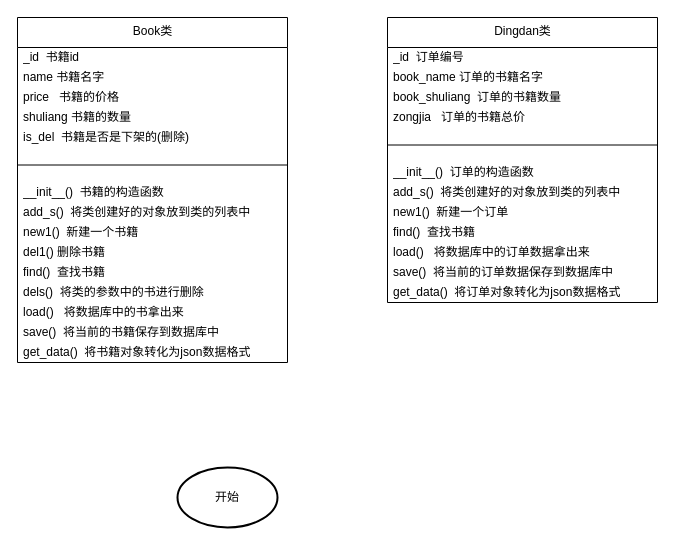
Before: 模型类图.drawio in pscly/mxdx, a draw.io diagram. Source tidied: cells renumbered, new cells numbered last; positions are measured from the earlier drawing's top-left corner, leaving out a move shared by most shapes. Both pictures are drawn from the tidied source at 100%, with x=0, y=0 at pixel (17, 17).
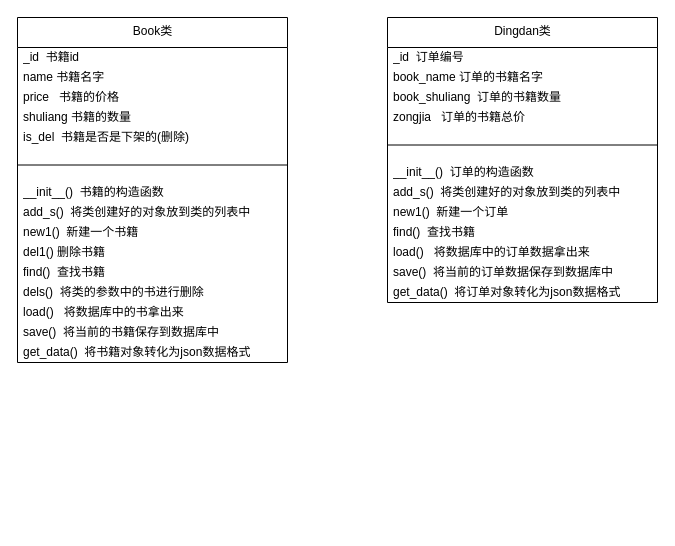
The same diagram, later.

Commit message (it also covers changes not shown here):
更新模型类图

Diff of the diagram source:
```diff
@@
-    <mxCell id="31" value="开始" style="strokeWidth=2;html=1;shape=mxgraph.flowchart.start_1;whiteSpace=wrap;" parent="1" vertex="1">
-      <mxGeometry x="160" y="450" width="100" height="60" as="geometry" />
-    </mxCell>
```
